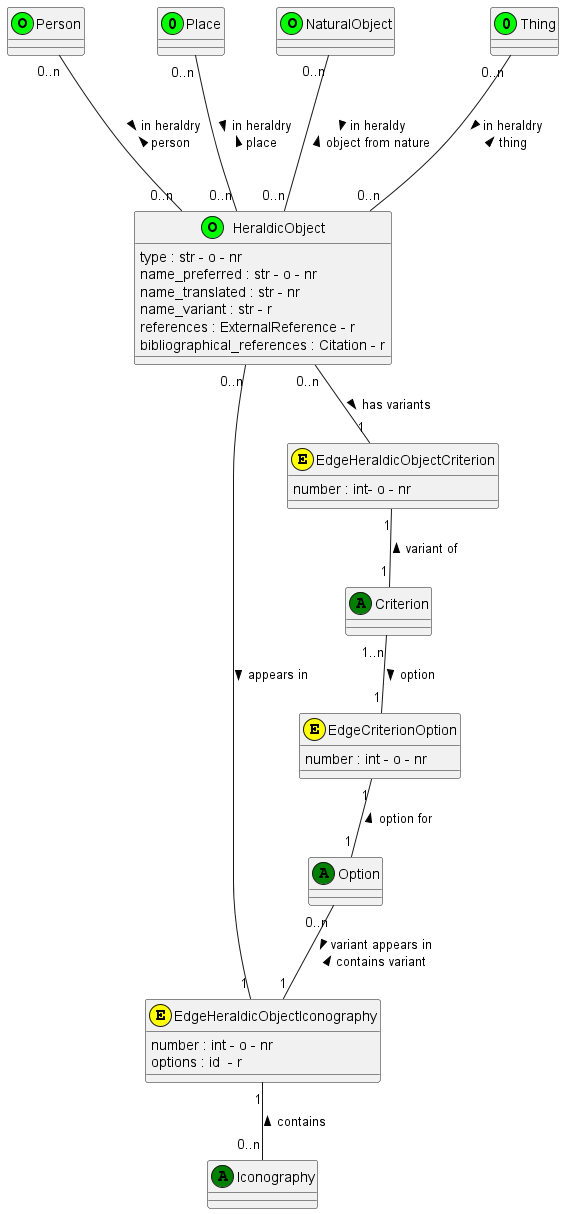
tmasch/bpf_be keeps this PlantUML diagram as documentation/class_diagrams/HeraldicObject.png. Above is the earlier version. Source of this version:
```plantuml
@startuml HeraldicObject

class HeraldicObject <<(O,lime)>>
HeraldicObject : type : str - o - nr
HeraldicObject : name_preferred : str - o - nr
HeraldicObject : name_translated : str - nr
HeraldicObject : name_variant : str - r
HeraldicObject : references : ExternalReference - r
HeraldicObject : bibliographical_references : Citation - r

class Person <<(O,lime)>>

class Place <<(0,lime)>>

class NaturalObject <<(O,lime)>>

class Thing <<(0,lime)>>

class Criterion <<(A,green)>>

class Option <<(A,green)>>

class Iconography <<(A,green)>>

class EdgeHeraldicObjectIconography <<(E,yellow)>>
EdgeHeraldicObjectIconography : number : int - o - nr
EdgeHeraldicObjectIconography : options : id  - r

class EdgeHeraldicObjectCriterion <<(E,yellow)>>
EdgeHeraldicObjectCriterion : number : int- o - nr

class EdgeCriterionOption <<(E,yellow)>>
EdgeCriterionOption : number : int - o - nr

HeraldicObject "0..n" -- "1" EdgeHeraldicObjectCriterion : has variants >
EdgeHeraldicObjectCriterion "1" -- "1" Criterion : variant of <

HeraldicObject "0..n" -- "1" EdgeHeraldicObjectIconography : appears in >
EdgeHeraldicObjectIconography "1" -- "0..n" Iconography : contains <

Criterion "1..n" -- "1" EdgeCriterionOption : option >
EdgeCriterionOption "1" -- "1" Option : < option for

Option "0..n" -- "1" EdgeHeraldicObjectIconography : > variant appears in \n contains variant <

Person "0..n" --- "0..n" HeraldicObject: > in heraldry \n person <

Place "0..n" --- "0..n" HeraldicObject: > in heraldry \n place <

NaturalObject "0..n" --- "0..n" HeraldicObject: > in heraldy \n  object from nature <

Thing "0..n" --- "0..n" HeraldicObject: > in heraldry \n thing <

@enduml
```
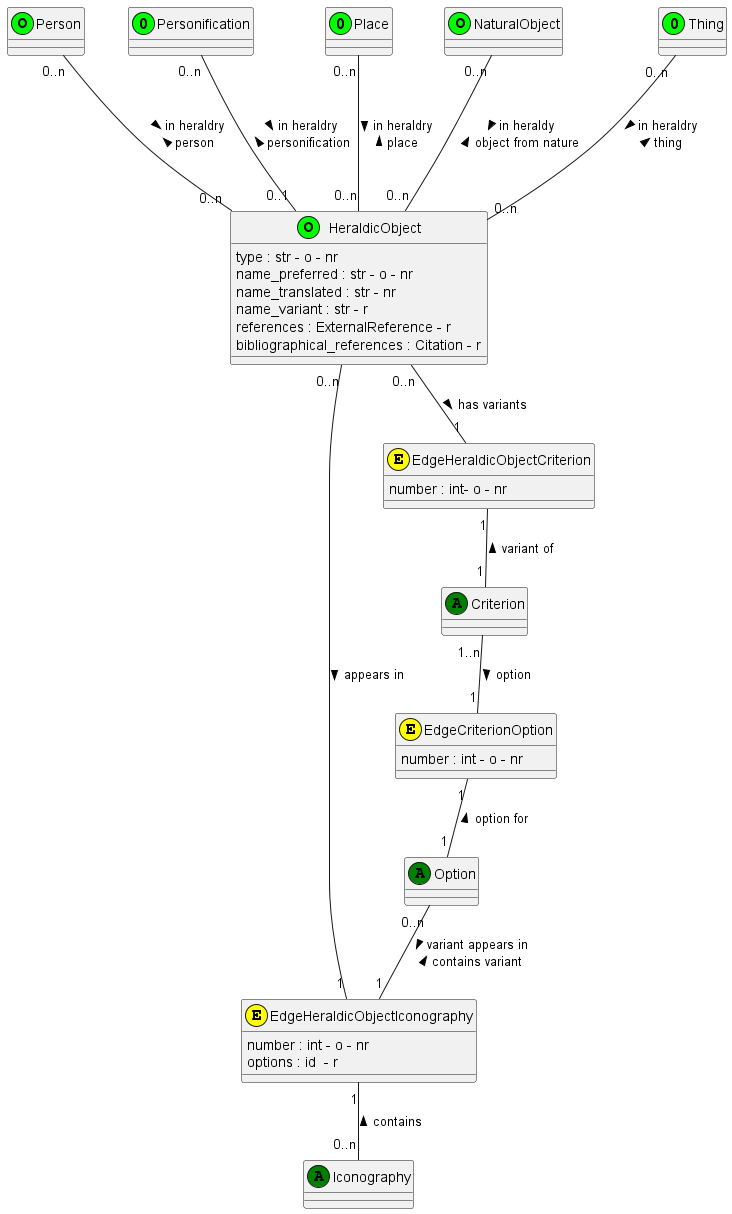
After the change.

Change to the diagram source:
```diff
@@ -9,6 +9,8 @@
 HeraldicObject : bibliographical_references : Citation - r
 
 class Person <<(O,lime)>>
+
+class Personification <<(0,lime)>>
 
 class Place <<(0,lime)>>
 
@@ -45,6 +47,8 @@
 
 Person "0..n" --- "0..n" HeraldicObject: > in heraldry \n person <
 
+Personification "0..n" --- "0..1" HeraldicObject : > in heraldry \n personification <
+
 Place "0..n" --- "0..n" HeraldicObject: > in heraldry \n place <
 
 NaturalObject "0..n" --- "0..n" HeraldicObject: > in heraldy \n  object from nature <
```
